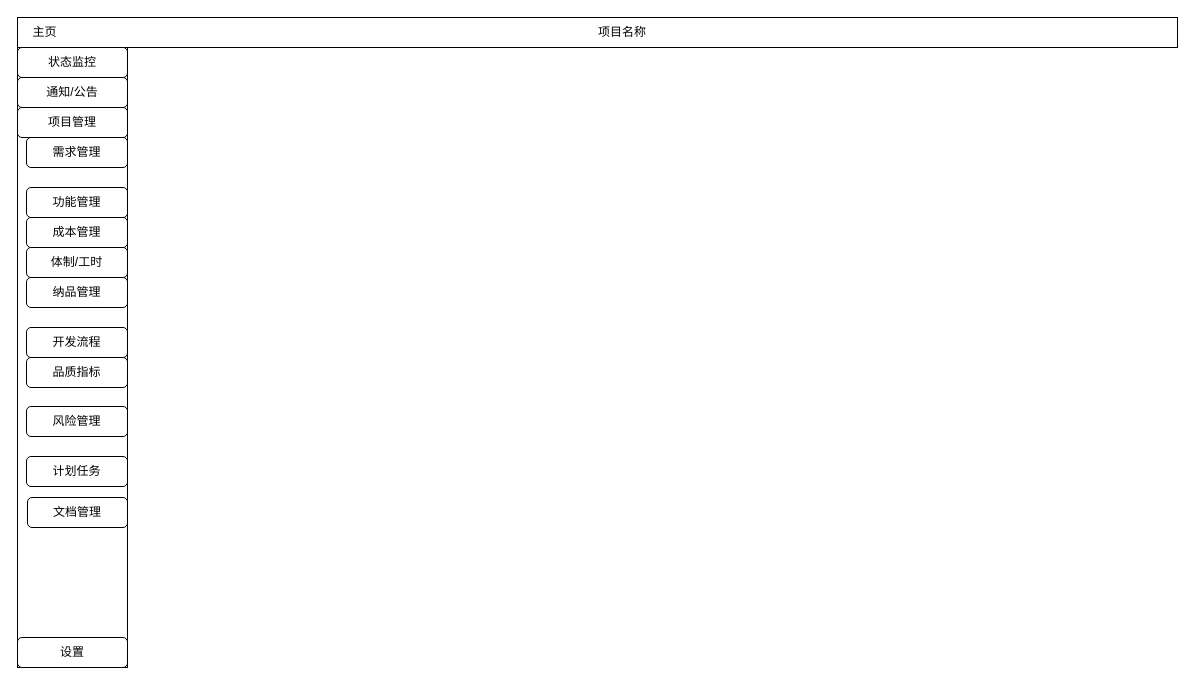
This is page "pm-project-detail" (4 of 24) of project-in-action/software-develop-management-system/doc/design/ui/sdms.drawio from callistoctopus/project-all-in-one, a draw.io file, before an edit. Source tidied: cells renumbered, new cells numbered last; positions are measured from the earlier drawing's top-left corner, leaving out a move shared by most shapes. Both pictures are drawn from the tidied source at 100%, with x=0, y=0 at pixel (17, 17).
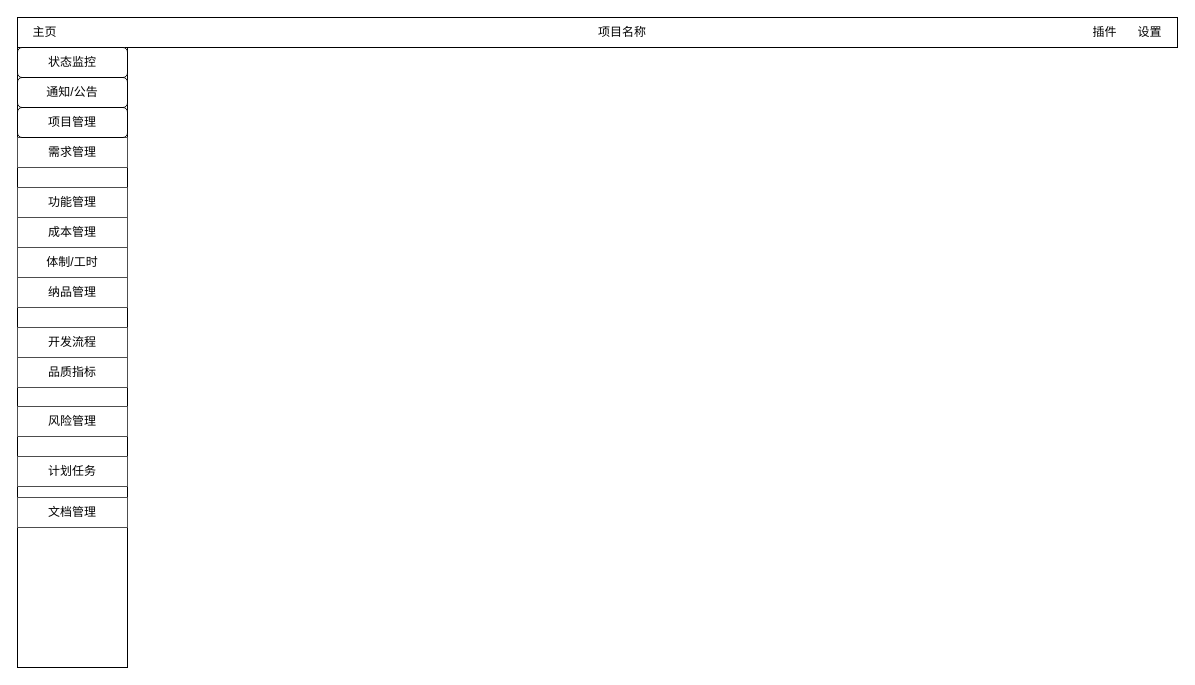
After the change.

Diff of the diagram source:
```diff
@@
-    <mxCell id="5" value="计划任务" style="rounded=1;whiteSpace=wrap;html=1;" parent="1" vertex="1">
-      <mxGeometry x="9" y="439" width="101" height="30" as="geometry" />
+    <mxCell id="5" value="计划任务" style="rounded=0;whiteSpace=wrap;html=1;gradientColor=#ffffff;rotation=0;gradientDirection=south;strokeColor=#4D4D4D;" parent="1" vertex="1">
+      <mxGeometry y="439" width="110" height="30" as="geometry" />
     </mxCell>
-    <mxCell id="6" value="开发流程" style="rounded=1;whiteSpace=wrap;html=1;" parent="1" vertex="1">
-      <mxGeometry x="9" y="310" width="101" height="30" as="geometry" />
+    <mxCell id="6" value="开发流程" style="rounded=0;whiteSpace=wrap;html=1;gradientColor=#ffffff;rotation=0;gradientDirection=south;strokeColor=#4D4D4D;" parent="1" vertex="1">
+      <mxGeometry y="310" width="110" height="30" as="geometry" />
     </mxCell>
-    <mxCell id="7" value="体制/工时" style="rounded=1;whiteSpace=wrap;html=1;" parent="1" vertex="1">
-      <mxGeometry x="9" y="230" width="101" height="30" as="geometry" />
+    <mxCell id="7" value="体制/工时" style="rounded=0;whiteSpace=wrap;html=1;gradientColor=#ffffff;rotation=0;gradientDirection=south;strokeColor=#4D4D4D;" parent="1" vertex="1">
+      <mxGeometry y="230" width="110" height="30" as="geometry" />
     </mxCell>
-    <mxCell id="8" value="品质指标" style="rounded=1;whiteSpace=wrap;html=1;" parent="1" vertex="1">
-      <mxGeometry x="9" y="340" width="101" height="30" as="geometry" />
+    <mxCell id="8" value="品质指标" style="rounded=0;whiteSpace=wrap;html=1;gradientColor=#ffffff;rotation=0;gradientDirection=south;strokeColor=#4D4D4D;" parent="1" vertex="1">
+      <mxGeometry y="340" width="110" height="30" as="geometry" />
     </mxCell>
-    <mxCell id="9" value="风险管理" style="rounded=1;whiteSpace=wrap;html=1;" parent="1" vertex="1">
-      <mxGeometry x="9" y="389" width="101" height="30" as="geometry" />
+    <mxCell id="9" value="风险管理" style="rounded=0;whiteSpace=wrap;html=1;gradientColor=#ffffff;rotation=0;gradientDirection=south;strokeColor=#4D4D4D;" parent="1" vertex="1">
+      <mxGeometry y="389" width="110" height="30" as="geometry" />
     </mxCell>
-    <mxCell id="10" value="成本管理" style="rounded=1;whiteSpace=wrap;html=1;" parent="1" vertex="1">
-      <mxGeometry x="9" y="200" width="101" height="30" as="geometry" />
+    <mxCell id="10" value="成本管理" style="rounded=0;whiteSpace=wrap;html=1;gradientColor=#ffffff;rotation=0;gradientDirection=south;strokeColor=#4D4D4D;" parent="1" vertex="1">
+      <mxGeometry y="200" width="110" height="30" as="geometry" />
     </mxCell>
@@
-    <mxCell id="12" value="设置" style="rounded=1;whiteSpace=wrap;html=1;" parent="1" vertex="1">
-      <mxGeometry y="620" width="110" height="30" as="geometry" />
-    </mxCell>
@@
-    <mxCell id="15" value="功能管理" style="rounded=1;whiteSpace=wrap;html=1;" parent="1" vertex="1">
-      <mxGeometry x="9" y="170" width="101" height="30" as="geometry" />
+    <mxCell id="15" value="功能管理" style="rounded=0;whiteSpace=wrap;html=1;gradientColor=#ffffff;rotation=0;gradientDirection=south;strokeColor=#4D4D4D;" parent="1" vertex="1">
+      <mxGeometry y="170" width="110" height="30" as="geometry" />
     </mxCell>
-    <mxCell id="16" value="需求管理" style="rounded=1;whiteSpace=wrap;html=1;" parent="1" vertex="1">
-      <mxGeometry x="9" y="120" width="101" height="30" as="geometry" />
+    <mxCell id="16" value="需求管理" style="rounded=0;whiteSpace=wrap;html=1;gradientColor=#ffffff;rotation=0;gradientDirection=south;strokeColor=#4D4D4D;" parent="1" vertex="1">
+      <mxGeometry y="120" width="110" height="30" as="geometry" />
     </mxCell>
-    <mxCell id="17" value="纳品管理" style="rounded=1;whiteSpace=wrap;html=1;" parent="1" vertex="1">
-      <mxGeometry x="9" y="260" width="101" height="30" as="geometry" />
+    <mxCell id="17" value="纳品管理" style="rounded=0;whiteSpace=wrap;html=1;gradientColor=#ffffff;rotation=0;gradientDirection=south;strokeColor=#4D4D4D;" parent="1" vertex="1">
+      <mxGeometry y="260" width="110" height="30" as="geometry" />
     </mxCell>
@@
-    <mxCell id="19" value="文档管理" style="rounded=1;whiteSpace=wrap;html=1;" parent="1" vertex="1">
-      <mxGeometry x="10" y="480" width="100" height="30" as="geometry" />
+    <mxCell id="19" value="文档管理" style="rounded=0;whiteSpace=wrap;html=1;gradientColor=#ffffff;rotation=0;gradientDirection=south;strokeColor=#4D4D4D;" parent="1" vertex="1">
+      <mxGeometry y="480" width="110" height="30" as="geometry" />
     </mxCell>
+    <mxCell id="12" value="设置" style="text;html=1;strokeColor=none;fillColor=none;align=center;verticalAlign=middle;whiteSpace=wrap;rounded=0;" parent="1" vertex="1">
+      <mxGeometry x="1105" y="5" width="55" height="20" as="geometry" />
+    </mxCell>
+    <mxCell id="20" value="插件" style="text;html=1;strokeColor=none;fillColor=none;align=center;verticalAlign=middle;whiteSpace=wrap;rounded=0;" parent="1" vertex="1">
+      <mxGeometry x="1060" y="5" width="55" height="20" as="geometry" />
+    </mxCell>
```
